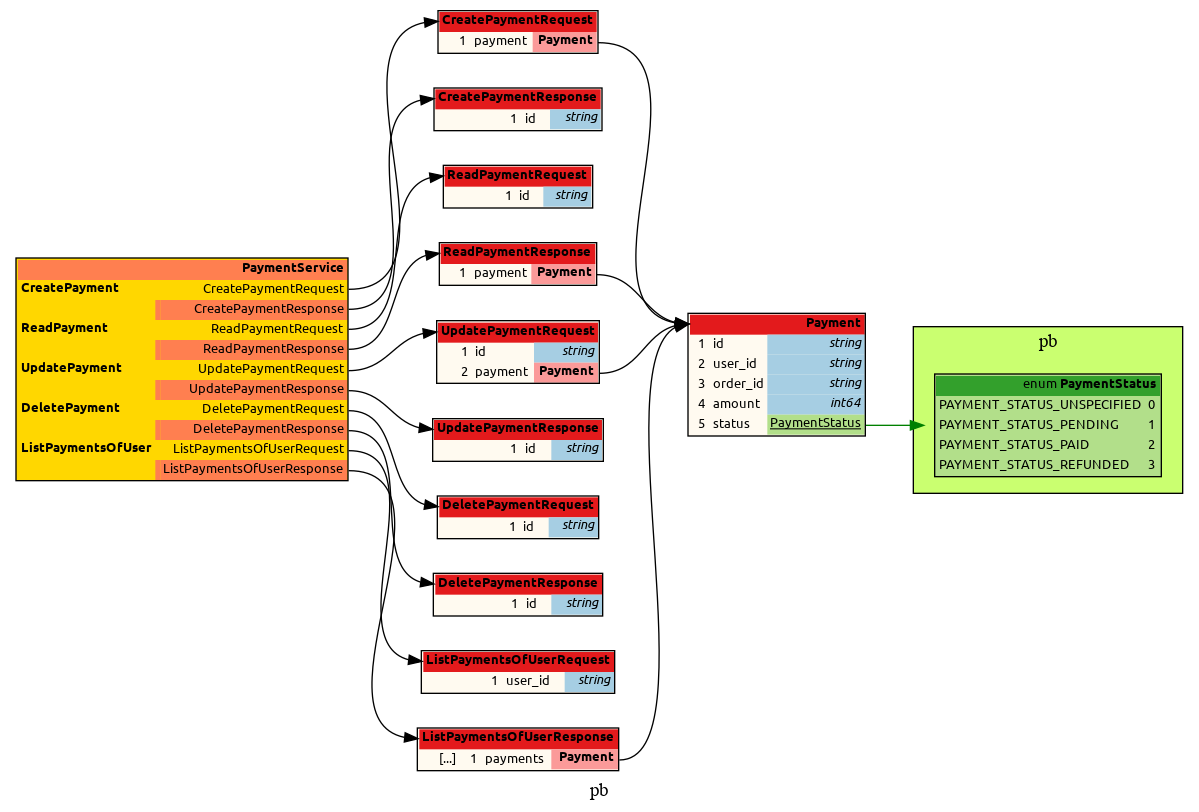
Before: proto/dot/generated/payment.dot.png, a diagram exported from Graphviz (lavantien/go-microservices-with-copilot). Its source is kept beside it as proto/dot/generated/payment.dot.
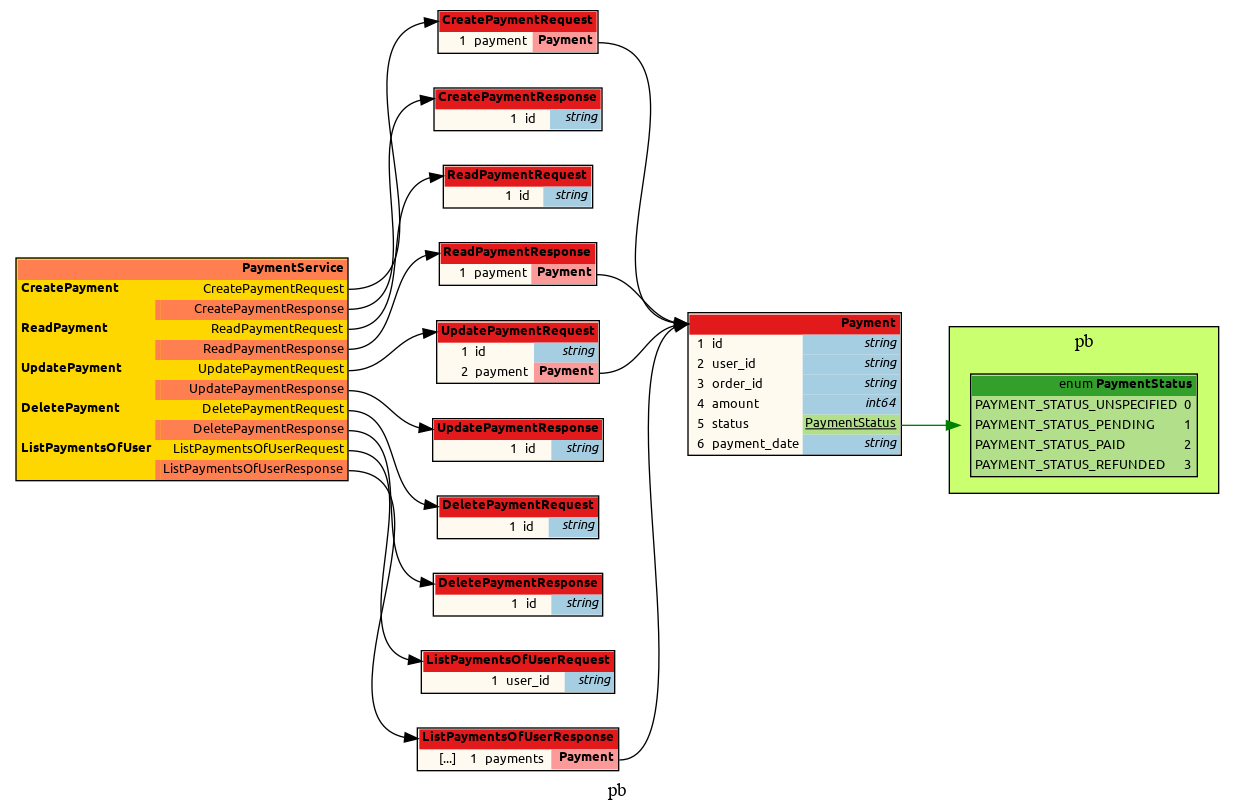
The same file after the commit.

What changed in the source:
```diff
@@ -21,6 +21,25 @@
 
 
 	/* ------ nodes ------ */
+
+	/* ------ leaving the root package unwrapped ------ */
+
+	Node_Ja_102	[shape=plaintext tooltip="PaymentService" label=<<TABLE BORDER="1" CELLBORDER="0" CELLSPACING="0" BGCOLOR="#ffd700"><TR><TD COLSPAN="3" PORT="header" BGCOLOR="#ff7f50" ALIGN="right"><b>PaymentService</b></TD></TR><TR><TD ALIGN="left"><b>CreatePayment</b></TD><TD></TD><TD PORT="poCreatePayment_request" ALIGN="right">CreatePaymentRequest</TD></TR><TR style="border-bottom: 1px solid red"><TD></TD><TD BGCOLOR="#ff7f50"></TD><TD PORT="poCreatePayment_response" ALIGN="right" BGCOLOR="#ff7f50">CreatePaymentResponse</TD></TR><TR><TD ALIGN="left"><b>ReadPayment</b></TD><TD></TD><TD PORT="poReadPayment_request" ALIGN="right">ReadPaymentRequest</TD></TR><TR style="border-bottom: 1px solid red"><TD></TD><TD BGCOLOR="#ff7f50"></TD><TD PORT="poReadPayment_response" ALIGN="right" BGCOLOR="#ff7f50">ReadPaymentResponse</TD></TR><TR><TD ALIGN="left"><b>UpdatePayment</b></TD><TD></TD><TD PORT="poUpdatePayment_request" ALIGN="right">UpdatePaymentRequest</TD></TR><TR style="border-bottom: 1px solid red"><TD></TD><TD BGCOLOR="#ff7f50"></TD><TD PORT="poUpdatePayment_response" ALIGN="right" BGCOLOR="#ff7f50">UpdatePaymentResponse</TD></TR><TR><TD ALIGN="left"><b>DeletePayment</b></TD><TD></TD><TD PORT="poDeletePayment_request" ALIGN="right">DeletePaymentRequest</TD></TR><TR style="border-bottom: 1px solid red"><TD></TD><TD BGCOLOR="#ff7f50"></TD><TD PORT="poDeletePayment_response" ALIGN="right" BGCOLOR="#ff7f50">DeletePaymentResponse</TD></TR><TR><TD ALIGN="left"><b>ListPaymentsOfUser</b></TD><TD></TD><TD PORT="poListPaymentsOfUser_request" ALIGN="right">ListPaymentsOfUserRequest</TD></TR><TR style="border-bottom: 1px solid red"><TD></TD><TD BGCOLOR="#ff7f50"></TD><TD PORT="poListPaymentsOfUser_response" ALIGN="right" BGCOLOR="#ff7f50">ListPaymentsOfUserResponse</TD></TR></TABLE>>];
+	Node_Ja_110	[shape=plaintext tooltip="pb.CreatePaymentRequest" label=<<TABLE BORDER="1" CELLBORDER="0" CELLSPACING="0" BGCOLOR="#fffaf0"><TR><TD COLSPAN="4" PORT="header" BGCOLOR="#e31a1c" ALIGN="right"><b>CreatePaymentRequest</b></TD></TR><TR><TD ALIGN="right"></TD><TD ALIGN="right">1</TD><TD ALIGN="left">payment</TD><TD BGCOLOR="#fb9a99" PORT="popayment" ALIGN="right"><b>Payment</b></TD></TR></TABLE>>];
+
+	Node_Ja_109	[shape=plaintext tooltip="pb.ListPaymentsOfUserResponse" label=<<TABLE BORDER="1" CELLBORDER="0" CELLSPACING="0" BGCOLOR="#fffaf0"><TR><TD COLSPAN="4" PORT="header" BGCOLOR="#e31a1c" ALIGN="right"><b>ListPaymentsOfUserResponse</b></TD></TR><TR><TD ALIGN="right">[...]</TD><TD ALIGN="right">1</TD><TD ALIGN="left">payments</TD><TD BGCOLOR="#fb9a99" PORT="popayments" ALIGN="right"><b>Payment</b></TD></TR></TABLE>>];
+	Node_Ja_112	[shape=plaintext tooltip="pb.ReadPaymentRequest" label=<<TABLE BORDER="1" CELLBORDER="0" CELLSPACING="0" BGCOLOR="#fffaf0"><TR><TD COLSPAN="4" PORT="header" BGCOLOR="#e31a1c" ALIGN="right"><b>ReadPaymentRequest</b></TD></TR><TR><TD ALIGN="right"></TD><TD ALIGN="right">1</TD><TD ALIGN="left">id</TD><TD BGCOLOR="#a6cee3" PORT="poid" ALIGN="right" TITLE="string"><i>string</i></TD></TR></TABLE>>];
+	Node_Ja_115	[shape=plaintext tooltip="pb.UpdatePaymentResponse" label=<<TABLE BORDER="1" CELLBORDER="0" CELLSPACING="0" BGCOLOR="#fffaf0"><TR><TD COLSPAN="4" PORT="header" BGCOLOR="#e31a1c" ALIGN="right"><b>UpdatePaymentResponse</b></TD></TR><TR><TD ALIGN="right"></TD><TD ALIGN="right">1</TD><TD ALIGN="left">id</TD><TD BGCOLOR="#a6cee3" PORT="poid" ALIGN="right" TITLE="string"><i>string</i></TD></TR></TABLE>>];
+	Node_Ja_100	[shape=plaintext tooltip="pb.Payment" label=<<TABLE BORDER="1" CELLBORDER="0" CELLSPACING="0" BGCOLOR="#fffaf0"><TR><TD COLSPAN="4" PORT="header" BGCOLOR="#e31a1c" ALIGN="right"><b>Payment</b></TD></TR><TR><TD ALIGN="right"></TD><TD ALIGN="right">1</TD><TD ALIGN="left">id</TD><TD BGCOLOR="#a6cee3" PORT="poid" ALIGN="right" TITLE="string"><i>string</i></TD></TR><TR><TD ALIGN="right"></TD><TD ALIGN="right">2</TD><TD ALIGN="left">user_id</TD><TD BGCOLOR="#a6cee3" PORT="pouser_id" ALIGN="right" TITLE="string"><i>string</i></TD></TR><TR><TD ALIGN="right"></TD><TD ALIGN="right">3</TD><TD ALIGN="left">order_id</TD><TD BGCOLOR="#a6cee3" PORT="poorder_id" ALIGN="right" TITLE="string"><i>string</i></TD></TR><TR><TD ALIGN="right"></TD><TD ALIGN="right">4</TD><TD ALIGN="left">amount</TD><TD BGCOLOR="#a6cee3" PORT="poamount" ALIGN="right" TITLE="int64"><i>int64</i></TD></TR><TR><TD ALIGN="right"></TD><TD ALIGN="right">5</TD><TD ALIGN="left">status</TD><TD BGCOLOR="#b2df8a" PORT="postatus" ALIGN="right"><u>PaymentStatus</u></TD></TR><TR><TD ALIGN="right"></TD><TD ALIGN="right">6</TD><TD ALIGN="left">payment_date</TD><TD BGCOLOR="#a6cee3" PORT="popayment_date" ALIGN="right" TITLE="string"><i>string</i></TD></TR></TABLE>>];
+
+	Node_Ja_116	[shape=plaintext tooltip="pb.DeletePaymentRequest" label=<<TABLE BORDER="1" CELLBORDER="0" CELLSPACING="0" BGCOLOR="#fffaf0"><TR><TD COLSPAN="4" PORT="header" BGCOLOR="#e31a1c" ALIGN="right"><b>DeletePaymentRequest</b></TD></TR><TR><TD ALIGN="right"></TD><TD ALIGN="right">1</TD><TD ALIGN="left">id</TD><TD BGCOLOR="#a6cee3" PORT="poid" ALIGN="right" TITLE="string"><i>string</i></TD></TR></TABLE>>];
+	Node_Ja_117	[shape=plaintext tooltip="pb.DeletePaymentResponse" label=<<TABLE BORDER="1" CELLBORDER="0" CELLSPACING="0" BGCOLOR="#fffaf0"><TR><TD COLSPAN="4" PORT="header" BGCOLOR="#e31a1c" ALIGN="right"><b>DeletePaymentResponse</b></TD></TR><TR><TD ALIGN="right"></TD><TD ALIGN="right">1</TD><TD ALIGN="left">id</TD><TD BGCOLOR="#a6cee3" PORT="poid" ALIGN="right" TITLE="string"><i>string</i></TD></TR></TABLE>>];
+
+
+	Node_Ja_108	[shape=plaintext tooltip="pb.ListPaymentsOfUserRequest" label=<<TABLE BORDER="1" CELLBORDER="0" CELLSPACING="0" BGCOLOR="#fffaf0"><TR><TD COLSPAN="4" PORT="header" BGCOLOR="#e31a1c" ALIGN="right"><b>ListPaymentsOfUserRequest</b></TD></TR><TR><TD ALIGN="right"></TD><TD ALIGN="right">1</TD><TD ALIGN="left">user_id</TD><TD BGCOLOR="#a6cee3" PORT="pouser_id" ALIGN="right" TITLE="string"><i>string</i></TD></TR></TABLE>>];
+	Node_Ja_111	[shape=plaintext tooltip="pb.CreatePaymentResponse" label=<<TABLE BORDER="1" CELLBORDER="0" CELLSPACING="0" BGCOLOR="#fffaf0"><TR><TD COLSPAN="4" PORT="header" BGCOLOR="#e31a1c" ALIGN="right"><b>CreatePaymentResponse</b></TD></TR><TR><TD ALIGN="right"></TD><TD ALIGN="right">1</TD><TD ALIGN="left">id</TD><TD BGCOLOR="#a6cee3" PORT="poid" ALIGN="right" TITLE="string"><i>string</i></TD></TR></TABLE>>];
+	Node_Ja_113	[shape=plaintext tooltip="pb.ReadPaymentResponse" label=<<TABLE BORDER="1" CELLBORDER="0" CELLSPACING="0" BGCOLOR="#fffaf0"><TR><TD COLSPAN="4" PORT="header" BGCOLOR="#e31a1c" ALIGN="right"><b>ReadPaymentResponse</b></TD></TR><TR><TD ALIGN="right"></TD><TD ALIGN="right">1</TD><TD ALIGN="left">payment</TD><TD BGCOLOR="#fb9a99" PORT="popayment" ALIGN="right"><b>Payment</b></TD></TR></TABLE>>];
+	Node_Ja_114	[shape=plaintext tooltip="pb.UpdatePaymentRequest" label=<<TABLE BORDER="1" CELLBORDER="0" CELLSPACING="0" BGCOLOR="#fffaf0"><TR><TD COLSPAN="4" PORT="header" BGCOLOR="#e31a1c" ALIGN="right"><b>UpdatePaymentRequest</b></TD></TR><TR><TD ALIGN="right"></TD><TD ALIGN="right">1</TD><TD ALIGN="left">id</TD><TD BGCOLOR="#a6cee3" PORT="poid" ALIGN="right" TITLE="string"><i>string</i></TD></TR><TR><TD ALIGN="right"></TD><TD ALIGN="right">2</TD><TD ALIGN="left">payment</TD><TD BGCOLOR="#fb9a99" PORT="popayment" ALIGN="right"><b>Payment</b></TD></TR></TABLE>>];
 	subgraph cluster_b1fa6f10731c {
 		label = "pb"
 		tooltip = "pb"
@@ -31,41 +50,22 @@
 	}
 
 
-	/* ------ leaving the root package unwrapped ------ */
-
-	Node_Ja_111	[shape=plaintext tooltip="pb.CreatePaymentResponse" label=<<TABLE BORDER="1" CELLBORDER="0" CELLSPACING="0" BGCOLOR="#fffaf0"><TR><TD COLSPAN="4" PORT="header" BGCOLOR="#e31a1c" ALIGN="right"><b>CreatePaymentResponse</b></TD></TR><TR><TD ALIGN="right"></TD><TD ALIGN="right">1</TD><TD ALIGN="left">id</TD><TD BGCOLOR="#a6cee3" PORT="poid" ALIGN="right" TITLE="string"><i>string</i></TD></TR></TABLE>>];
-	Node_Ja_112	[shape=plaintext tooltip="pb.ReadPaymentRequest" label=<<TABLE BORDER="1" CELLBORDER="0" CELLSPACING="0" BGCOLOR="#fffaf0"><TR><TD COLSPAN="4" PORT="header" BGCOLOR="#e31a1c" ALIGN="right"><b>ReadPaymentRequest</b></TD></TR><TR><TD ALIGN="right"></TD><TD ALIGN="right">1</TD><TD ALIGN="left">id</TD><TD BGCOLOR="#a6cee3" PORT="poid" ALIGN="right" TITLE="string"><i>string</i></TD></TR></TABLE>>];
-	Node_Ja_116	[shape=plaintext tooltip="pb.DeletePaymentRequest" label=<<TABLE BORDER="1" CELLBORDER="0" CELLSPACING="0" BGCOLOR="#fffaf0"><TR><TD COLSPAN="4" PORT="header" BGCOLOR="#e31a1c" ALIGN="right"><b>DeletePaymentRequest</b></TD></TR><TR><TD ALIGN="right"></TD><TD ALIGN="right">1</TD><TD ALIGN="left">id</TD><TD BGCOLOR="#a6cee3" PORT="poid" ALIGN="right" TITLE="string"><i>string</i></TD></TR></TABLE>>];
-
-	Node_Ja_102	[shape=plaintext tooltip="PaymentService" label=<<TABLE BORDER="1" CELLBORDER="0" CELLSPACING="0" BGCOLOR="#ffd700"><TR><TD COLSPAN="3" PORT="header" BGCOLOR="#ff7f50" ALIGN="right"><b>PaymentService</b></TD></TR><TR><TD ALIGN="left"><b>CreatePayment</b></TD><TD></TD><TD PORT="poCreatePayment_request" ALIGN="right">CreatePaymentRequest</TD></TR><TR style="border-bottom: 1px solid red"><TD></TD><TD BGCOLOR="#ff7f50"></TD><TD PORT="poCreatePayment_response" ALIGN="right" BGCOLOR="#ff7f50">CreatePaymentResponse</TD></TR><TR><TD ALIGN="left"><b>ReadPayment</b></TD><TD></TD><TD PORT="poReadPayment_request" ALIGN="right">ReadPaymentRequest</TD></TR><TR style="border-bottom: 1px solid red"><TD></TD><TD BGCOLOR="#ff7f50"></TD><TD PORT="poReadPayment_response" ALIGN="right" BGCOLOR="#ff7f50">ReadPaymentResponse</TD></TR><TR><TD ALIGN="left"><b>UpdatePayment</b></TD><TD></TD><TD PORT="poUpdatePayment_request" ALIGN="right">UpdatePaymentRequest</TD></TR><TR style="border-bottom: 1px solid red"><TD></TD><TD BGCOLOR="#ff7f50"></TD><TD PORT="poUpdatePayment_response" ALIGN="right" BGCOLOR="#ff7f50">UpdatePaymentResponse</TD></TR><TR><TD ALIGN="left"><b>DeletePayment</b></TD><TD></TD><TD PORT="poDeletePayment_request" ALIGN="right">DeletePaymentRequest</TD></TR><TR style="border-bottom: 1px solid red"><TD></TD><TD BGCOLOR="#ff7f50"></TD><TD PORT="poDeletePayment_response" ALIGN="right" BGCOLOR="#ff7f50">DeletePaymentResponse</TD></TR><TR><TD ALIGN="left"><b>ListPaymentsOfUser</b></TD><TD></TD><TD PORT="poListPaymentsOfUser_request" ALIGN="right">ListPaymentsOfUserRequest</TD></TR><TR style="border-bottom: 1px solid red"><TD></TD><TD BGCOLOR="#ff7f50"></TD><TD PORT="poListPaymentsOfUser_response" ALIGN="right" BGCOLOR="#ff7f50">ListPaymentsOfUserResponse</TD></TR></TABLE>>];
-	Node_Ja_109	[shape=plaintext tooltip="pb.ListPaymentsOfUserResponse" label=<<TABLE BORDER="1" CELLBORDER="0" CELLSPACING="0" BGCOLOR="#fffaf0"><TR><TD COLSPAN="4" PORT="header" BGCOLOR="#e31a1c" ALIGN="right"><b>ListPaymentsOfUserResponse</b></TD></TR><TR><TD ALIGN="right">[...]</TD><TD ALIGN="right">1</TD><TD ALIGN="left">payments</TD><TD BGCOLOR="#fb9a99" PORT="popayments" ALIGN="right"><b>Payment</b></TD></TR></TABLE>>];
-	Node_Ja_115	[shape=plaintext tooltip="pb.UpdatePaymentResponse" label=<<TABLE BORDER="1" CELLBORDER="0" CELLSPACING="0" BGCOLOR="#fffaf0"><TR><TD COLSPAN="4" PORT="header" BGCOLOR="#e31a1c" ALIGN="right"><b>UpdatePaymentResponse</b></TD></TR><TR><TD ALIGN="right"></TD><TD ALIGN="right">1</TD><TD ALIGN="left">id</TD><TD BGCOLOR="#a6cee3" PORT="poid" ALIGN="right" TITLE="string"><i>string</i></TD></TR></TABLE>>];
-	Node_Ja_100	[shape=plaintext tooltip="pb.Payment" label=<<TABLE BORDER="1" CELLBORDER="0" CELLSPACING="0" BGCOLOR="#fffaf0"><TR><TD COLSPAN="4" PORT="header" BGCOLOR="#e31a1c" ALIGN="right"><b>Payment</b></TD></TR><TR><TD ALIGN="right"></TD><TD ALIGN="right">1</TD><TD ALIGN="left">id</TD><TD BGCOLOR="#a6cee3" PORT="poid" ALIGN="right" TITLE="string"><i>string</i></TD></TR><TR><TD ALIGN="right"></TD><TD ALIGN="right">2</TD><TD ALIGN="left">user_id</TD><TD BGCOLOR="#a6cee3" PORT="pouser_id" ALIGN="right" TITLE="string"><i>string</i></TD></TR><TR><TD ALIGN="right"></TD><TD ALIGN="right">3</TD><TD ALIGN="left">order_id</TD><TD BGCOLOR="#a6cee3" PORT="poorder_id" ALIGN="right" TITLE="string"><i>string</i></TD></TR><TR><TD ALIGN="right"></TD><TD ALIGN="right">4</TD><TD ALIGN="left">amount</TD><TD BGCOLOR="#a6cee3" PORT="poamount" ALIGN="right" TITLE="int64"><i>int64</i></TD></TR><TR><TD ALIGN="right"></TD><TD ALIGN="right">5</TD><TD ALIGN="left">status</TD><TD BGCOLOR="#b2df8a" PORT="postatus" ALIGN="right"><u>PaymentStatus</u></TD></TR></TABLE>>];
-
-	Node_Ja_110	[shape=plaintext tooltip="pb.CreatePaymentRequest" label=<<TABLE BORDER="1" CELLBORDER="0" CELLSPACING="0" BGCOLOR="#fffaf0"><TR><TD COLSPAN="4" PORT="header" BGCOLOR="#e31a1c" ALIGN="right"><b>CreatePaymentRequest</b></TD></TR><TR><TD ALIGN="right"></TD><TD ALIGN="right">1</TD><TD ALIGN="left">payment</TD><TD BGCOLOR="#fb9a99" PORT="popayment" ALIGN="right"><b>Payment</b></TD></TR></TABLE>>];
-	Node_Ja_117	[shape=plaintext tooltip="pb.DeletePaymentResponse" label=<<TABLE BORDER="1" CELLBORDER="0" CELLSPACING="0" BGCOLOR="#fffaf0"><TR><TD COLSPAN="4" PORT="header" BGCOLOR="#e31a1c" ALIGN="right"><b>DeletePaymentResponse</b></TD></TR><TR><TD ALIGN="right"></TD><TD ALIGN="right">1</TD><TD ALIGN="left">id</TD><TD BGCOLOR="#a6cee3" PORT="poid" ALIGN="right" TITLE="string"><i>string</i></TD></TR></TABLE>>];
-
-
-	Node_Ja_108	[shape=plaintext tooltip="pb.ListPaymentsOfUserRequest" label=<<TABLE BORDER="1" CELLBORDER="0" CELLSPACING="0" BGCOLOR="#fffaf0"><TR><TD COLSPAN="4" PORT="header" BGCOLOR="#e31a1c" ALIGN="right"><b>ListPaymentsOfUserRequest</b></TD></TR><TR><TD ALIGN="right"></TD><TD ALIGN="right">1</TD><TD ALIGN="left">user_id</TD><TD BGCOLOR="#a6cee3" PORT="pouser_id" ALIGN="right" TITLE="string"><i>string</i></TD></TR></TABLE>>];
-	Node_Ja_113	[shape=plaintext tooltip="pb.ReadPaymentResponse" label=<<TABLE BORDER="1" CELLBORDER="0" CELLSPACING="0" BGCOLOR="#fffaf0"><TR><TD COLSPAN="4" PORT="header" BGCOLOR="#e31a1c" ALIGN="right"><b>ReadPaymentResponse</b></TD></TR><TR><TD ALIGN="right"></TD><TD ALIGN="right">1</TD><TD ALIGN="left">payment</TD><TD BGCOLOR="#fb9a99" PORT="popayment" ALIGN="right"><b>Payment</b></TD></TR></TABLE>>];
-	Node_Ja_114	[shape=plaintext tooltip="pb.UpdatePaymentRequest" label=<<TABLE BORDER="1" CELLBORDER="0" CELLSPACING="0" BGCOLOR="#fffaf0"><TR><TD COLSPAN="4" PORT="header" BGCOLOR="#e31a1c" ALIGN="right"><b>UpdatePaymentRequest</b></TD></TR><TR><TD ALIGN="right"></TD><TD ALIGN="right">1</TD><TD ALIGN="left">id</TD><TD BGCOLOR="#a6cee3" PORT="poid" ALIGN="right" TITLE="string"><i>string</i></TD></TR><TR><TD ALIGN="right"></TD><TD ALIGN="right">2</TD><TD ALIGN="left">payment</TD><TD BGCOLOR="#fb9a99" PORT="popayment" ALIGN="right"><b>Payment</b></TD></TR></TABLE>>];
-
 	/* ------ connections ------ */
+	Node_Ja_102:poListPaymentsOfUser_request:e	-> Node_Ja_108:header [color="#000000" tooltip="Ja_102 --> Ja_108"];
 	Node_Ja_102:poCreatePayment_response:e	-> Node_Ja_111:header [color="#000000" tooltip="Ja_102 --> Ja_111"];
 	Node_Ja_102:poReadPayment_request:e	-> Node_Ja_112:header [color="#000000" tooltip="Ja_102 --> Ja_112"];
-	Node_Ja_102:poListPaymentsOfUser_request:e	-> Node_Ja_108:header [color="#000000" tooltip="Ja_102 --> Ja_108"];
-	Node_Ja_102:poListPaymentsOfUser_response:e	-> Node_Ja_109:header [color="#000000" tooltip="Ja_102 --> Ja_109"];
-	Node_Ja_110:popayment:e	-> Node_Ja_100:header [color="#000000" tooltip="Ja_110 --> Ja_100"];
-	Node_Ja_100:postatus:e	-> Node_Ja_101 [color="#008000" tooltip="Ja_100 --> Ja_101"];
-	Node_Ja_102:poUpdatePayment_request:e	-> Node_Ja_114:header [color="#000000" tooltip="Ja_102 --> Ja_114"];
-	Node_Ja_102:poUpdatePayment_response:e	-> Node_Ja_115:header [color="#000000" tooltip="Ja_102 --> Ja_115"];
 	Node_Ja_102:poDeletePayment_response:e	-> Node_Ja_117:header [color="#000000" tooltip="Ja_102 --> Ja_117"];
 	Node_Ja_113:popayment:e	-> Node_Ja_100:header [color="#000000" tooltip="Ja_113 --> Ja_100"];
 	Node_Ja_102:poCreatePayment_request:e	-> Node_Ja_110:header [color="#000000" tooltip="Ja_102 --> Ja_110"];
+	Node_Ja_102:poUpdatePayment_request:e	-> Node_Ja_114:header [color="#000000" tooltip="Ja_102 --> Ja_114"];
+	Node_Ja_102:poListPaymentsOfUser_response:e	-> Node_Ja_109:header [color="#000000" tooltip="Ja_102 --> Ja_109"];
+	Node_Ja_102:poDeletePayment_request:e	-> Node_Ja_116:header [color="#000000" tooltip="Ja_102 --> Ja_116"];
+	Node_Ja_110:popayment:e	-> Node_Ja_100:header [color="#000000" tooltip="Ja_110 --> Ja_100"];
+	Node_Ja_100:postatus:e	-> Node_Ja_101 [color="#008000" tooltip="Ja_100 --> Ja_101"];
+	Node_Ja_102:poReadPayment_response:e	-> Node_Ja_113:header [color="#000000" tooltip="Ja_102 --> Ja_113"];
+	Node_Ja_102:poUpdatePayment_response:e	-> Node_Ja_115:header [color="#000000" tooltip="Ja_102 --> Ja_115"];
+	Node_Ja_109:popayments:e	-> Node_Ja_100:header [color="#000000" tooltip="Ja_109 --> Ja_100"];
 	Node_Ja_114:popayment:e	-> Node_Ja_100:header [color="#000000" tooltip="Ja_114 --> Ja_100"];
-	Node_Ja_102:poDeletePayment_request:e	-> Node_Ja_116:header [color="#000000" tooltip="Ja_102 --> Ja_116"];
-	Node_Ja_109:popayments:e	-> Node_Ja_100:header [color="#000000" tooltip="Ja_109 --> Ja_100"];
-	Node_Ja_102:poReadPayment_response:e	-> Node_Ja_113:header [color="#000000" tooltip="Ja_102 --> Ja_113"];
 
-	/* generated by github.com/seamia/protodot on Friday, 29-Apr-22 04:12:00 +07 */
+	/* generated by github.com/seamia/protodot on Friday, 29-Apr-22 04:22:53 +07 */
 }
```
